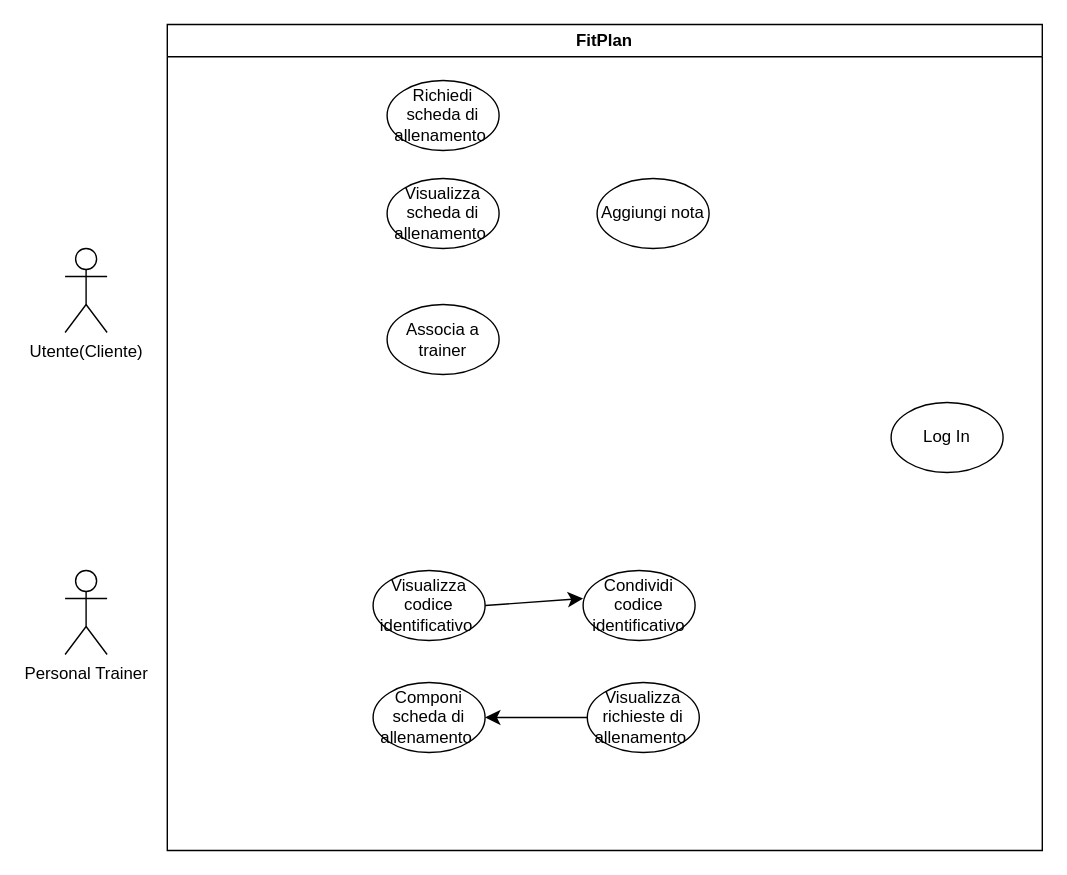
The draw.io diagram Diagramma senza titolo.drawio in FedericoSib/FitPlan, before the edit. Source tidied: cells renumbered, new cells numbered last; positions are measured from the earlier drawing's top-left corner, leaving out a move shared by most shapes. Both pictures are drawn from the tidied source at 140%, with x=0, y=0 at pixel (64, 24).
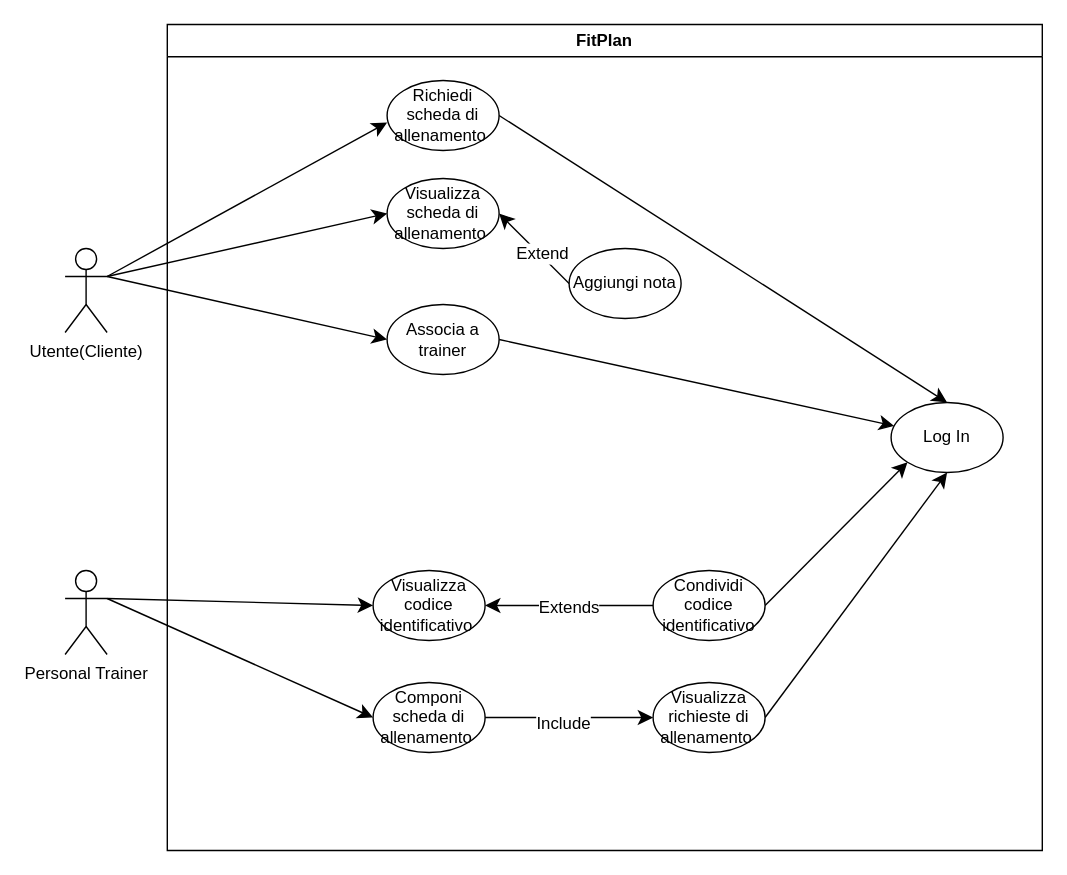
After the change.

The change refers to these unchanged cells:
```xml
<mxCell id="2" value="FitPlan" style="swimlane;whiteSpace=wrap;html=1;" parent="1" vertex="1">
  <mxGeometry x="73" width="625" height="590" as="geometry" />
</mxCell>
<mxCell id="3" value="Log In" style="ellipse;whiteSpace=wrap;html=1;" parent="2" vertex="1">
  <mxGeometry x="517" y="270" width="80" height="50" as="geometry" />
</mxCell>
<mxCell id="4" value="Visualizza scheda di allenamento&amp;nbsp;" style="ellipse;whiteSpace=wrap;html=1;" parent="2" vertex="1">
  <mxGeometry x="157" y="110" width="80" height="50" as="geometry" />
</mxCell>
<mxCell id="6" value="Visualizza codice identificativo&amp;nbsp;" style="ellipse;whiteSpace=wrap;html=1;" parent="2" vertex="1">
  <mxGeometry x="147" y="390" width="80" height="50" as="geometry" />
</mxCell>
<mxCell id="8" value="Associa a trainer" style="ellipse;whiteSpace=wrap;html=1;" parent="2" vertex="1">
  <mxGeometry x="157" y="200" width="80" height="50" as="geometry" />
</mxCell>
<mxCell id="9" value="Richiedi scheda di allenamento&amp;nbsp;" style="ellipse;whiteSpace=wrap;html=1;" parent="2" vertex="1">
  <mxGeometry x="157" y="40" width="80" height="50" as="geometry" />
</mxCell>
<mxCell id="10" value="Componi scheda di allenamento&amp;nbsp;" style="ellipse;whiteSpace=wrap;html=1;" parent="2" vertex="1">
  <mxGeometry x="147" y="470" width="80" height="50" as="geometry" />
</mxCell>
<mxCell id="13" value="Utente(Cliente)" style="shape=umlActor;verticalLabelPosition=bottom;verticalAlign=top;html=1;outlineConnect=0;" parent="1" vertex="1">
  <mxGeometry y="160" width="30" height="60" as="geometry" />
</mxCell>
<mxCell id="14" value="Personal Trainer" style="shape=umlActor;verticalLabelPosition=bottom;verticalAlign=top;html=1;outlineConnect=0;" parent="1" vertex="1">
  <mxGeometry y="390" width="30" height="60" as="geometry" />
</mxCell>
```

The edit, as a diff of the source:
```diff
@@
     <mxCell id="5" value="Aggiungi nota" style="ellipse;whiteSpace=wrap;html=1;points=[[0,0,0,0,0],[0,0.5,0,0,0],[0,1,0,0,0],[0.5,0,0,0,0],[0.5,1,0,0,0],[1,0,0,0,0],[1,0.5,0,0,0],[1,1,0,0,0]];" parent="2" vertex="1">
-      <mxGeometry x="307" y="110" width="80" height="50" as="geometry" />
+      <mxGeometry x="287" y="160" width="80" height="50" as="geometry" />
     </mxCell>
@@
     <mxCell id="7" value="Condividi codice identificativo" style="ellipse;whiteSpace=wrap;html=1;" parent="2" vertex="1">
-      <mxGeometry x="297" y="390" width="80" height="50" as="geometry" />
+      <mxGeometry x="347" y="390" width="80" height="50" as="geometry" />
     </mxCell>
@@
     <mxCell id="11" value="Visualizza richieste di allenamento&amp;nbsp;" style="ellipse;whiteSpace=wrap;html=1;" parent="2" vertex="1">
-      <mxGeometry x="300" y="470" width="80" height="50" as="geometry" />
+      <mxGeometry x="347" y="470" width="80" height="50" as="geometry" />
     </mxCell>
-    <mxCell id="12" style="edgeStyle=none;jettySize=auto;html=1;rounded=0;fontSize=12;startSize=8;endSize=8;curved=1;exitX=0;exitY=0.5;exitDx=0;exitDy=0;entryX=1;entryY=0.5;entryDx=0;entryDy=0;" parent="2" edge="1" source="11" target="10">
+    <mxCell id="12" style="edgeStyle=none;jettySize=auto;html=1;rounded=0;fontSize=12;startSize=8;endSize=8;curved=1;entryX=0;entryY=0.5;entryDx=0;entryDy=0;exitX=1;exitY=0.5;exitDx=0;exitDy=0;" parent="2" edge="1" source="10" target="11">
       <mxGeometry relative="1" as="geometry" />
     </mxCell>
+    <mxCell id="16" value="Include" style="edgeLabel;html=1;align=center;verticalAlign=middle;fontSize=12;" parent="12" vertex="1">
+      <mxGeometry x="-0.07" y="-4" relative="1" as="geometry">
+        <mxPoint x="-1" as="offset" />
+      </mxGeometry>
+    </mxCell>
+    <mxCell id="15" style="edgeStyle=none;jettySize=auto;html=1;rounded=0;fontSize=12;startSize=8;endSize=8;curved=1;exitX=0;exitY=0.5;exitDx=0;exitDy=0;entryX=1;entryY=0.5;entryDx=0;entryDy=0;" parent="2" edge="1" source="7" target="6">
+      <mxGeometry relative="1" as="geometry" />
+    </mxCell>
+    <mxCell id="17" value="Extends" style="edgeLabel;html=1;align=center;verticalAlign=middle;fontSize=12;" parent="15" vertex="1">
+      <mxGeometry x="0.01" y="1" relative="1" as="geometry" />
+    </mxCell>
+    <mxCell id="18" style="edgeStyle=none;jettySize=auto;html=1;rounded=0;fontSize=12;startSize=8;endSize=8;curved=1;exitX=0;exitY=0.5;exitDx=0;exitDy=0;exitPerimeter=0;entryX=1;entryY=0.5;entryDx=0;entryDy=0;" parent="2" edge="1" source="5" target="4">
+      <mxGeometry relative="1" as="geometry" />
+    </mxCell>
+    <mxCell id="19" value="Extend" style="edgeLabel;html=1;align=center;verticalAlign=middle;fontSize=12;" parent="18" vertex="1">
+      <mxGeometry x="-0.19" y="-1" relative="1" as="geometry" />
+    </mxCell>
+    <mxCell id="20" style="edgeStyle=none;jettySize=auto;html=1;rounded=0;fontSize=12;startSize=8;endSize=8;curved=1;exitX=1;exitY=0.5;exitDx=0;exitDy=0;entryX=0;entryY=1;entryDx=0;entryDy=0;" parent="2" edge="1" source="7" target="3">
+      <mxGeometry relative="1" as="geometry" />
+    </mxCell>
+    <mxCell id="21" style="edgeStyle=none;jettySize=auto;html=1;rounded=0;fontSize=12;startSize=8;endSize=8;curved=1;exitX=1;exitY=0.5;exitDx=0;exitDy=0;entryX=0.5;entryY=1;entryDx=0;entryDy=0;" parent="2" edge="1" source="11" target="3">
+      <mxGeometry relative="1" as="geometry" />
+    </mxCell>
+    <mxCell id="22" style="edgeStyle=none;jettySize=auto;html=1;rounded=0;fontSize=12;startSize=8;endSize=8;curved=1;exitX=1;exitY=0.5;exitDx=0;exitDy=0;" parent="2" edge="1" source="8" target="3">
+      <mxGeometry relative="1" as="geometry" />
+    </mxCell>
+    <mxCell id="23" style="edgeStyle=none;jettySize=auto;html=1;rounded=0;fontSize=12;startSize=8;endSize=8;curved=1;exitX=1;exitY=0.5;exitDx=0;exitDy=0;entryX=0.5;entryY=0;entryDx=0;entryDy=0;" parent="2" edge="1" source="9" target="3">
+      <mxGeometry relative="1" as="geometry" />
+    </mxCell>
@@
-    <mxCell id="15" style="edgeStyle=none;jettySize=auto;html=1;rounded=0;fontSize=12;startSize=8;endSize=8;curved=1;exitX=1;exitY=0.5;exitDx=0;exitDy=0;" parent="1" edge="1" source="6">
-      <mxGeometry relative="1" as="geometry">
-        <mxPoint x="370" y="410" as="targetPoint" />
-      </mxGeometry>
-    </mxCell>
+    <mxCell id="24" style="edgeStyle=none;jettySize=auto;html=1;rounded=0;fontSize=12;startSize=8;endSize=8;curved=1;exitX=1;exitY=0.3333333333333333;exitDx=0;exitDy=0;exitPerimeter=0;" parent="1" edge="1" source="13">
+      <mxGeometry relative="1" as="geometry">
+        <mxPoint x="230" y="70" as="targetPoint" />
+      </mxGeometry>
+    </mxCell>
+    <mxCell id="25" style="edgeStyle=none;jettySize=auto;html=1;rounded=0;fontSize=12;startSize=8;endSize=8;curved=1;entryX=0;entryY=0.5;entryDx=0;entryDy=0;" parent="1" edge="1" target="4">
+      <mxGeometry relative="1" as="geometry">
+        <mxPoint x="30" y="180" as="sourcePoint" />
+      </mxGeometry>
+    </mxCell>
+    <mxCell id="26" style="edgeStyle=none;jettySize=auto;html=1;rounded=0;fontSize=12;startSize=8;endSize=8;curved=1;exitX=1;exitY=0.3333333333333333;exitDx=0;exitDy=0;exitPerimeter=0;entryX=0;entryY=0.5;entryDx=0;entryDy=0;" parent="1" edge="1" source="14" target="6">
+      <mxGeometry relative="1" as="geometry" />
+    </mxCell>
+    <mxCell id="27" style="edgeStyle=none;jettySize=auto;html=1;rounded=0;fontSize=12;startSize=8;endSize=8;curved=1;entryX=0;entryY=0.5;entryDx=0;entryDy=0;" parent="1" edge="1" target="10">
+      <mxGeometry relative="1" as="geometry">
+        <mxPoint x="30" y="410" as="sourcePoint" />
+      </mxGeometry>
+    </mxCell>
+    <mxCell id="28" style="edgeStyle=none;jettySize=auto;html=1;rounded=0;fontSize=12;startSize=8;endSize=8;curved=1;entryX=0;entryY=0.5;entryDx=0;entryDy=0;" parent="1" edge="1" target="8">
+      <mxGeometry relative="1" as="geometry">
+        <mxPoint x="30" y="180" as="sourcePoint" />
+      </mxGeometry>
+    </mxCell>
```
